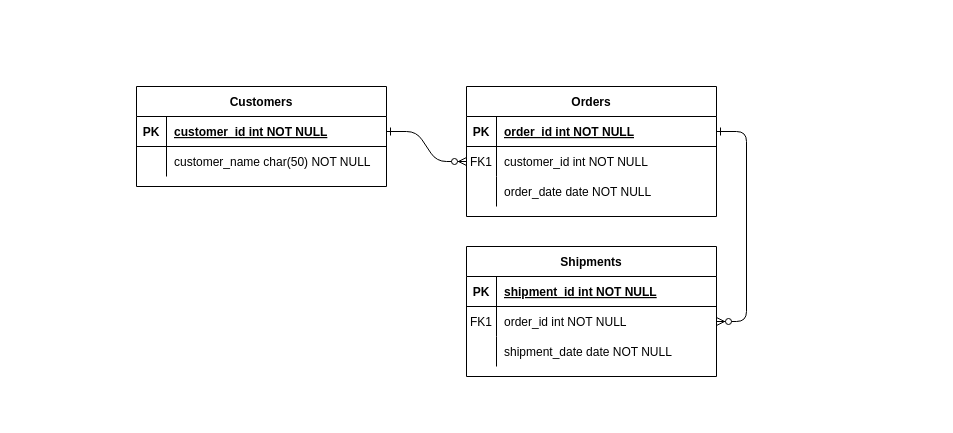
Earlier version of the draw.io diagram Test_db.drawio (whiteigel/zenno_sandbox). Source tidied: cells renumbered, new cells numbered last; positions are measured from the earlier drawing's top-left corner, leaving out a move shared by most shapes. Both pictures are drawn from the tidied source at 100%, with x=0, y=0 at pixel (136, 86).
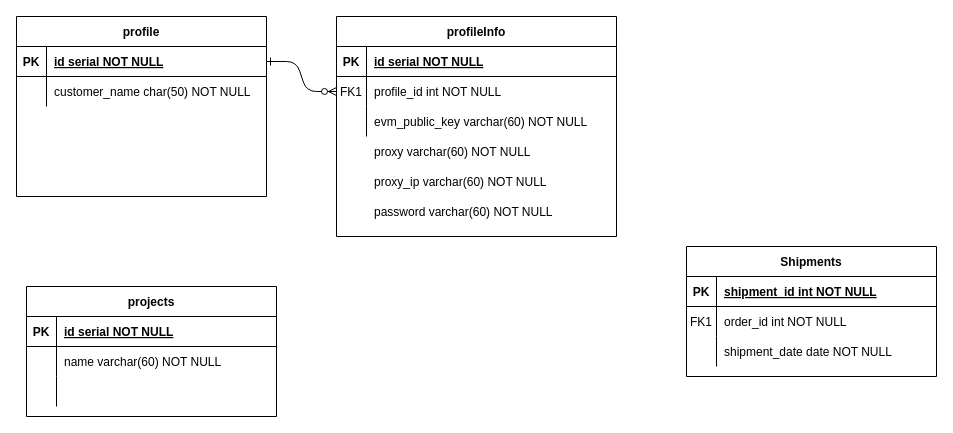
Above is the later version.

Unchanged cells that the change refers to:
```xml
<mxCell id="18" style="shape=partialRectangle;fillColor=none;points=[[0,0.5],[1,0.5]];portConstraint=eastwest;top=0;left=0;right=0;bottom=0;" parent="14" vertex="1">
  <mxGeometry y="60" width="250" height="30" as="geometry" />
</mxCell>
<mxCell id="25" style="shape=partialRectangle;fillColor=none;points=[[0,0.5],[1,0.5]];portConstraint=eastwest;top=0;left=0;right=0;bottom=1;" parent="24" vertex="1">
  <mxGeometry y="30" width="250" height="30" as="geometry" />
</mxCell>
```

Diff of the diagram source:
```diff
@@
-    <mxCell id="3" style="edgeStyle=entityRelationEdgeStyle;endArrow=ERzeroToMany;startArrow=ERone;endFill=1;startFill=0;" parent="1" edge="1" source="5" target="18">
-      <mxGeometry relative="1" as="geometry" />
-    </mxCell>
-    <mxCell id="4" value="Orders" style="shape=table;startSize=30;childLayout=tableLayout;rowLines=0;fontStyle=1;align=center;" parent="1" vertex="1">
-      <mxGeometry x="330" width="250" height="130" as="geometry" />
-    </mxCell>
-    <mxCell id="5" style="shape=partialRectangle;fillColor=none;points=[[0,0.5],[1,0.5]];portConstraint=eastwest;top=0;left=0;right=0;bottom=1;" parent="4" vertex="1">
-      <mxGeometry y="30" width="250" height="30" as="geometry" />
-    </mxCell>
-    <mxCell id="6" value="PK" style="shape=partialRectangle;overflow=hidden;fillColor=none;top=0;left=0;bottom=0;right=0;fontStyle=1;" parent="5" vertex="1">
-      <mxGeometry width="30" height="30" as="geometry" />
-    </mxCell>
-    <mxCell id="7" value="order_id int NOT NULL " style="shape=partialRectangle;overflow=hidden;fillColor=none;top=0;left=0;bottom=0;right=0;align=left;spacingLeft=6;fontStyle=5;" parent="5" vertex="1">
-      <mxGeometry x="30" width="220" height="30" as="geometry" />
-    </mxCell>
-    <mxCell id="8" style="shape=partialRectangle;fillColor=none;points=[[0,0.5],[1,0.5]];portConstraint=eastwest;top=0;left=0;right=0;bottom=0;" parent="4" vertex="1">
-      <mxGeometry y="60" width="250" height="30" as="geometry" />
-    </mxCell>
-    <mxCell id="9" value="FK1" style="shape=partialRectangle;overflow=hidden;fillColor=none;top=0;left=0;bottom=0;right=0;" parent="8" vertex="1">
-      <mxGeometry width="30" height="30" as="geometry" />
-    </mxCell>
-    <mxCell id="10" value="customer_id int NOT NULL" style="shape=partialRectangle;overflow=hidden;fillColor=none;top=0;left=0;bottom=0;right=0;align=left;spacingLeft=6;" parent="8" vertex="1">
-      <mxGeometry x="30" width="220" height="30" as="geometry" />
-    </mxCell>
-    <mxCell id="11" style="shape=partialRectangle;fillColor=none;top=0;left=0;right=0;bottom=0;" parent="4" vertex="1">
-      <mxGeometry y="90" width="250" height="30" as="geometry" />
-    </mxCell>
-    <mxCell id="12" style="shape=partialRectangle;overflow=hidden;fillColor=none;top=0;left=0;bottom=0;right=0;" parent="11" vertex="1">
-      <mxGeometry width="30" height="30" as="geometry" />
-    </mxCell>
-    <mxCell id="13" value="order_date date NOT NULL" style="shape=partialRectangle;overflow=hidden;fillColor=none;top=0;left=0;bottom=0;right=0;align=left;spacingLeft=6;" parent="11" vertex="1">
-      <mxGeometry x="30" width="220" height="30" as="geometry" />
-    </mxCell>
     <mxCell id="14" value="Shipments" style="shape=table;startSize=30;childLayout=tableLayout;rowLines=0;fontStyle=1;align=center;" parent="1" vertex="1">
-      <mxGeometry x="330" y="160" width="250" height="130" as="geometry" />
+      <mxGeometry x="550" y="160" width="250" height="130" as="geometry" />
     </mxCell>
@@
-    <mxCell id="24" value="Customers" style="shape=table;startSize=30;childLayout=tableLayout;rowLines=0;fontStyle=1;align=center;" parent="1" vertex="1">
-      <mxGeometry width="250" height="100" as="geometry" />
+    <mxCell id="24" value="profile" style="shape=table;startSize=30;childLayout=tableLayout;rowLines=0;fontStyle=1;align=center;" parent="1" vertex="1">
+      <mxGeometry x="-120" y="-70" width="250" height="180" as="geometry" />
     </mxCell>
@@
-    <mxCell id="27" value="customer_id int NOT NULL " style="shape=partialRectangle;overflow=hidden;fillColor=none;top=0;left=0;bottom=0;right=0;align=left;spacingLeft=6;fontStyle=5;" parent="25" vertex="1">
+    <mxCell id="27" value="id serial NOT NULL " style="shape=partialRectangle;overflow=hidden;fillColor=none;top=0;left=0;bottom=0;right=0;align=left;spacingLeft=6;fontStyle=5;" parent="25" vertex="1">
       <mxGeometry x="30" width="220" height="30" as="geometry" />
     </mxCell>
@@
+    <mxCell id="31" value="projects" style="shape=table;startSize=30;childLayout=tableLayout;rowLines=0;fontStyle=1;align=center;" parent="1" vertex="1">
+      <mxGeometry x="-110" y="200" width="250" height="130" as="geometry" />
+    </mxCell>
+    <mxCell id="32" style="shape=partialRectangle;fillColor=none;top=0;left=0;right=0;bottom=1;" parent="31" vertex="1">
+      <mxGeometry y="30" width="250" height="30" as="geometry" />
+    </mxCell>
+    <mxCell id="33" value="PK" style="shape=partialRectangle;overflow=hidden;fillColor=none;top=0;left=0;bottom=0;right=0;fontStyle=1;" parent="32" vertex="1">
+      <mxGeometry width="30" height="30" as="geometry" />
+    </mxCell>
+    <mxCell id="34" value="id serial NOT NULL " style="shape=partialRectangle;overflow=hidden;fillColor=none;top=0;left=0;bottom=0;right=0;align=left;spacingLeft=6;fontStyle=5;" parent="32" vertex="1">
+      <mxGeometry x="30" width="220" height="30" as="geometry" />
+    </mxCell>
+    <mxCell id="35" style="shape=partialRectangle;fillColor=none;top=0;left=0;right=0;bottom=0;" parent="31" vertex="1">
+      <mxGeometry y="60" width="250" height="30" as="geometry" />
+    </mxCell>
+    <mxCell id="36" style="shape=partialRectangle;overflow=hidden;fillColor=none;top=0;left=0;bottom=0;right=0;" parent="35" vertex="1">
+      <mxGeometry width="30" height="30" as="geometry" />
+    </mxCell>
+    <mxCell id="37" value="name varchar(60) NOT NULL" style="shape=partialRectangle;overflow=hidden;fillColor=none;top=0;left=0;bottom=0;right=0;align=left;spacingLeft=6;" parent="35" vertex="1">
+      <mxGeometry x="30" width="220" height="30" as="geometry" />
+    </mxCell>
+    <mxCell id="38" style="shape=partialRectangle;fillColor=none;top=0;left=0;right=0;bottom=0;" parent="31" vertex="1">
+      <mxGeometry y="90" width="250" height="30" as="geometry" />
+    </mxCell>
+    <mxCell id="39" style="shape=partialRectangle;overflow=hidden;fillColor=none;top=0;left=0;bottom=0;right=0;" parent="38" vertex="1">
+      <mxGeometry width="30" height="30" as="geometry" />
+    </mxCell>
+    <mxCell id="40" style="shape=partialRectangle;overflow=hidden;fillColor=none;top=0;left=0;bottom=0;right=0;align=left;spacingLeft=6;" parent="38" vertex="1">
+      <mxGeometry x="30" width="220" height="30" as="geometry" />
+    </mxCell>
+    <mxCell id="41" style="group;" parent="1" vertex="1">
+      <mxGeometry x="200" y="-70" width="280" height="220" as="geometry" />
+    </mxCell>
+    <mxCell id="4" value="profileInfo" style="shape=table;startSize=30;childLayout=tableLayout;rowLines=0;fontStyle=1;align=center;" parent="41" vertex="1">
+      <mxGeometry width="280" height="220" as="geometry" />
+    </mxCell>
+    <mxCell id="5" style="shape=partialRectangle;fillColor=none;points=[[0,0.5],[1,0.5]];portConstraint=eastwest;top=0;left=0;right=0;bottom=1;" parent="4" vertex="1">
+      <mxGeometry y="30" width="280" height="30" as="geometry" />
+    </mxCell>
+    <mxCell id="6" value="PK" style="shape=partialRectangle;overflow=hidden;fillColor=none;top=0;left=0;bottom=0;right=0;fontStyle=1;" parent="5" vertex="1">
+      <mxGeometry width="30" height="30" as="geometry" />
+    </mxCell>
+    <mxCell id="7" value="id serial NOT NULL " style="shape=partialRectangle;overflow=hidden;fillColor=none;top=0;left=0;bottom=0;right=0;align=left;spacingLeft=6;fontStyle=5;" parent="5" vertex="1">
+      <mxGeometry x="30" width="250" height="30" as="geometry" />
+    </mxCell>
+    <mxCell id="8" style="shape=partialRectangle;fillColor=none;points=[[0,0.5],[1,0.5]];portConstraint=eastwest;top=0;left=0;right=0;bottom=0;" parent="4" vertex="1">
+      <mxGeometry y="60" width="280" height="30" as="geometry" />
+    </mxCell>
+    <mxCell id="9" value="FK1" style="shape=partialRectangle;overflow=hidden;fillColor=none;top=0;left=0;bottom=0;right=0;" parent="8" vertex="1">
+      <mxGeometry width="30" height="30" as="geometry" />
+    </mxCell>
+    <mxCell id="10" value="profile_id int NOT NULL" style="shape=partialRectangle;overflow=hidden;fillColor=none;top=0;left=0;bottom=0;right=0;align=left;spacingLeft=6;" parent="8" vertex="1">
+      <mxGeometry x="30" width="250" height="30" as="geometry" />
+    </mxCell>
+    <mxCell id="11" style="shape=partialRectangle;fillColor=none;top=0;left=0;right=0;bottom=0;" parent="4" vertex="1">
+      <mxGeometry y="90" width="280" height="30" as="geometry" />
+    </mxCell>
+    <mxCell id="12" style="shape=partialRectangle;overflow=hidden;fillColor=none;top=0;left=0;bottom=0;right=0;" parent="11" vertex="1">
+      <mxGeometry width="30" height="30" as="geometry" />
+    </mxCell>
+    <mxCell id="13" value="evm_public_key varchar(60) NOT NULL" style="shape=partialRectangle;overflow=hidden;fillColor=none;top=0;left=0;bottom=0;right=0;align=left;spacingLeft=6;" parent="11" vertex="1">
+      <mxGeometry x="30" width="250" height="30" as="geometry" />
+    </mxCell>
+    <mxCell id="42" style="shape=partialRectangle;overflow=hidden;fillColor=none;top=0;left=0;bottom=0;right=0;" parent="41" vertex="1">
+      <mxGeometry x="80" y="125" width="30" height="30" as="geometry" />
+    </mxCell>
+    <mxCell id="43" value="proxy varchar(60) NOT NULL" style="shape=partialRectangle;overflow=hidden;fillColor=none;top=0;left=0;bottom=0;right=0;align=left;spacingLeft=6;" parent="41" vertex="1">
+      <mxGeometry x="30" y="120" width="220" height="30" as="geometry" />
+    </mxCell>
+    <mxCell id="44" value="proxy_ip varchar(60) NOT NULL" style="shape=partialRectangle;overflow=hidden;fillColor=none;top=0;left=0;bottom=0;right=0;align=left;spacingLeft=6;" parent="41" vertex="1">
+      <mxGeometry x="30" y="150" width="220" height="30" as="geometry" />
+    </mxCell>
+    <mxCell id="45" value="password varchar(60) NOT NULL" style="shape=partialRectangle;overflow=hidden;fillColor=none;top=0;left=0;bottom=0;right=0;align=left;spacingLeft=6;" parent="41" vertex="1">
+      <mxGeometry x="30" y="180" width="220" height="30" as="geometry" />
+    </mxCell>
```
